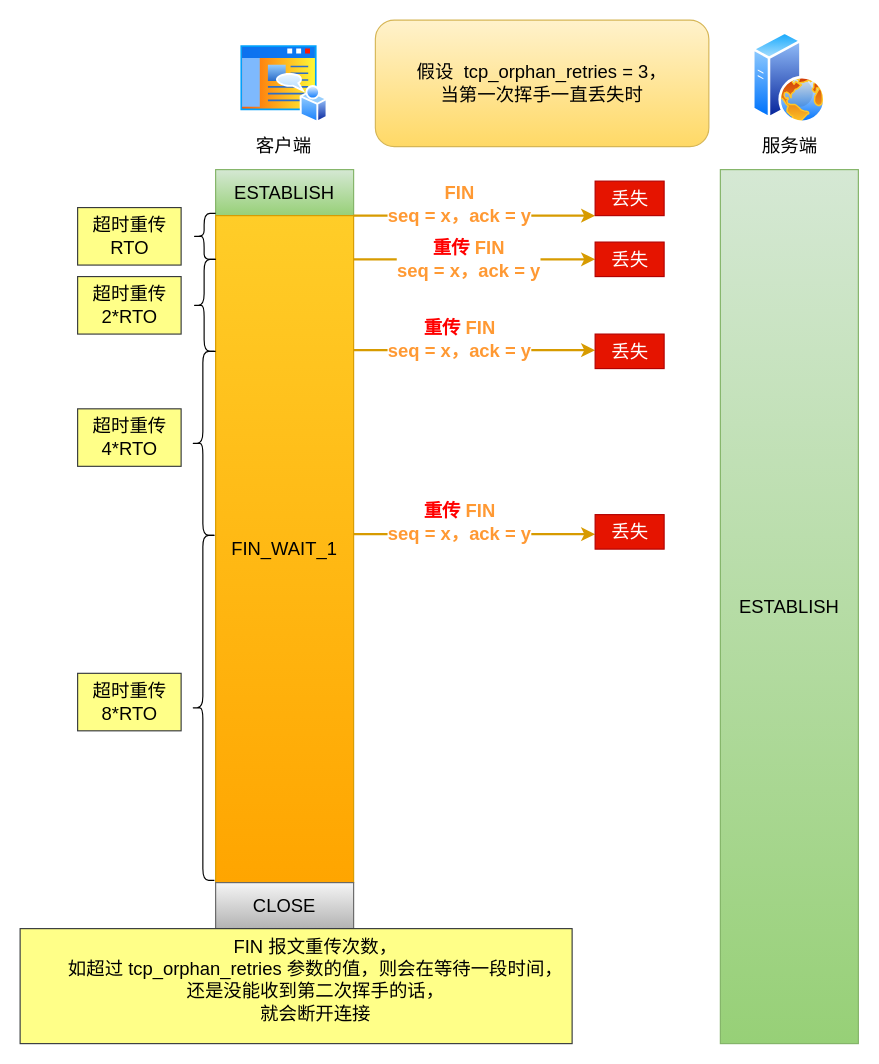
Before: 网络/第一次挥手丢失.drawio in xiaolincoder/ImageHost4, a draw.io diagram. Source tidied: cells renumbered, new cells numbered last; positions are measured from the earlier drawing's top-left corner, leaving out a move shared by most shapes. Both pictures are drawn from the tidied source at 115%, with x=0, y=0 at pixel (20, 20).
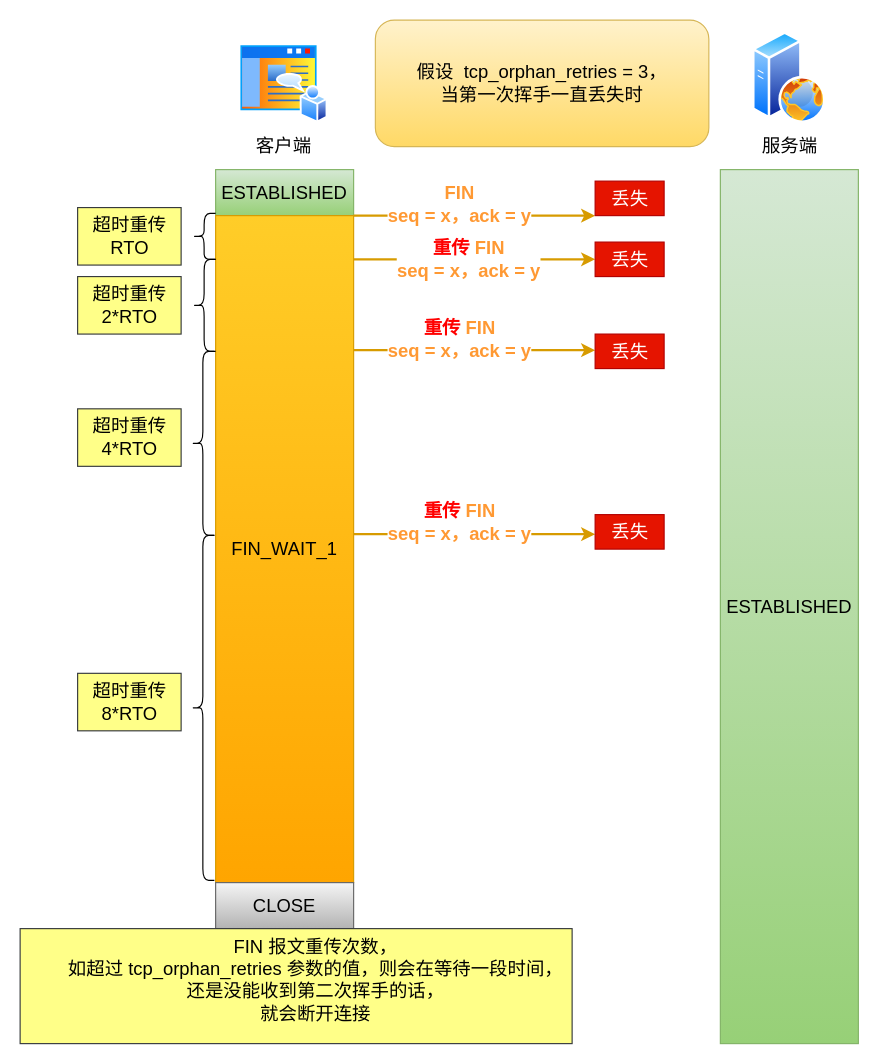
Above is the later version.

Commit message:
更新第一次挥手丢失.drawio

The edit, as a diff of the source:
```diff
@@
-    <mxCell id="2" value="ESTABLISH" style="rounded=0;whiteSpace=wrap;html=1;fontSize=16;fillColor=#d5e8d4;strokeColor=#82b366;gradientColor=#97d077;" parent="1" vertex="1">
+    <mxCell id="2" value="ESTABLISHED" style="rounded=0;whiteSpace=wrap;html=1;fontSize=16;fillColor=#d5e8d4;strokeColor=#82b366;gradientColor=#97d077;" parent="1" vertex="1">
       <mxGeometry x="170" y="130" width="120" height="40" as="geometry" />
     </mxCell>
@@
-    <mxCell id="6" value="ESTABLISH" style="rounded=0;whiteSpace=wrap;html=1;fontSize=16;fillColor=#d5e8d4;strokeColor=#82b366;gradientColor=#97d077;" parent="1" vertex="1">
+    <mxCell id="6" value="ESTABLISHED" style="rounded=0;whiteSpace=wrap;html=1;fontSize=16;fillColor=#d5e8d4;strokeColor=#82b366;gradientColor=#97d077;" parent="1" vertex="1">
       <mxGeometry x="608.9" y="130" width="120" height="760" as="geometry" />
     </mxCell>
```
